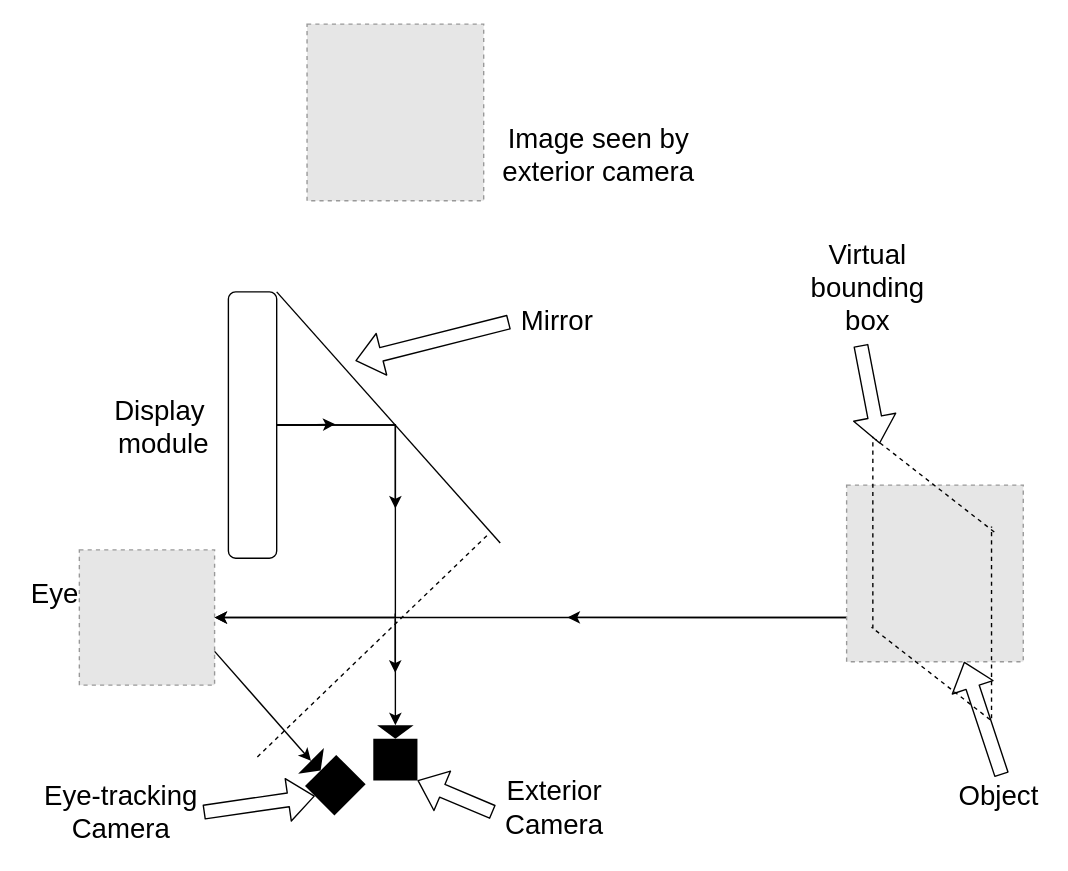
Before: capstone_design.drawio in Dawei-S/Da, a draw.io diagram. Source tidied: cells renumbered, new cells numbered last; positions are measured from the earlier drawing's top-left corner, leaving out a move shared by most shapes. Both pictures are drawn from the tidied source at 138%, with x=0, y=0 at pixel (23, 23). Pictures stored in the file or linked from it are replaced by grey dashed boxes.
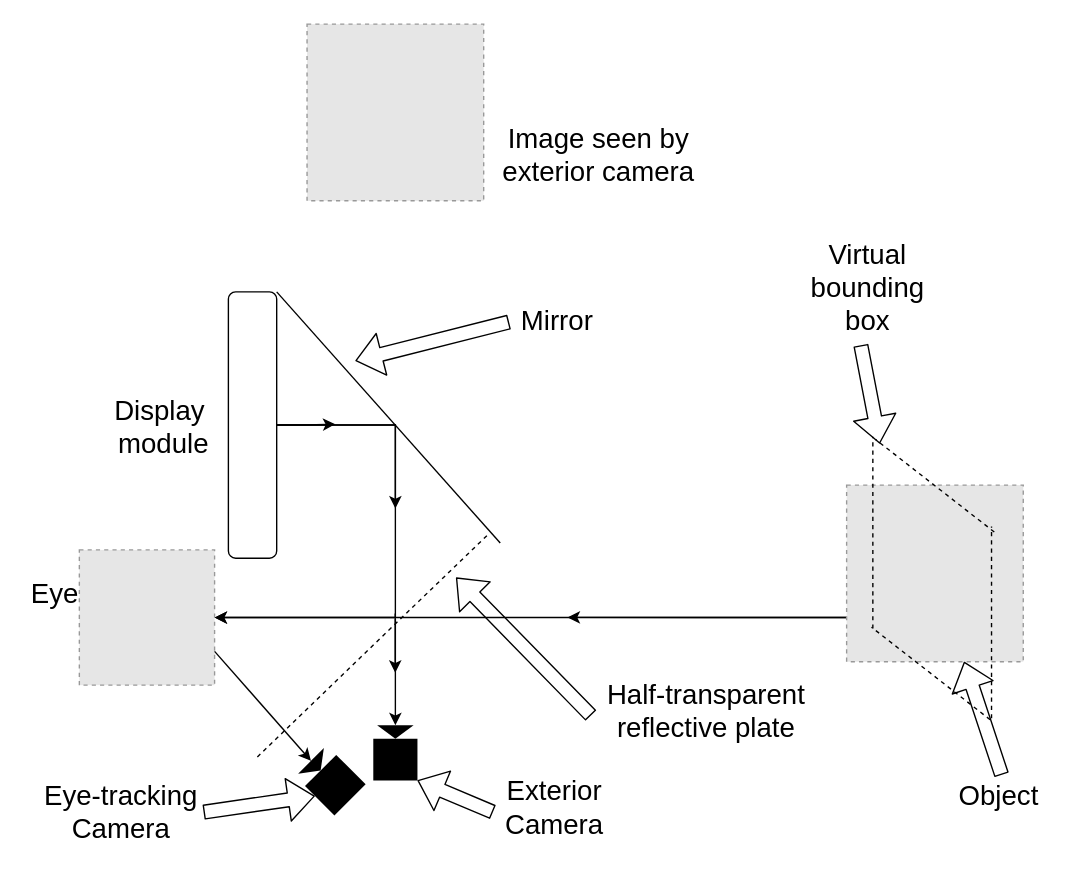
The same page after the edit.

What changed in the source:
```diff
@@
+    <mxCell id="35" value="Half-transparent&lt;br&gt;reflective plate" style="text;html=1;align=center;verticalAlign=middle;points=[];fontSize=20;" parent="1" vertex="1">
+      <mxGeometry x="417" y="471" width="153" height="52" as="geometry" />
+    </mxCell>
+    <mxCell id="36" style="shape=flexArrow;endArrow=classic;html=1;exitX=-0.041;exitY=0.577;exitDx=0;exitDy=0;exitPerimeter=0;" parent="1" edge="1" source="35">
+      <mxGeometry relative="1" as="geometry">
+        <mxPoint x="313" y="401" as="targetPoint" />
+      </mxGeometry>
+    </mxCell>
```
